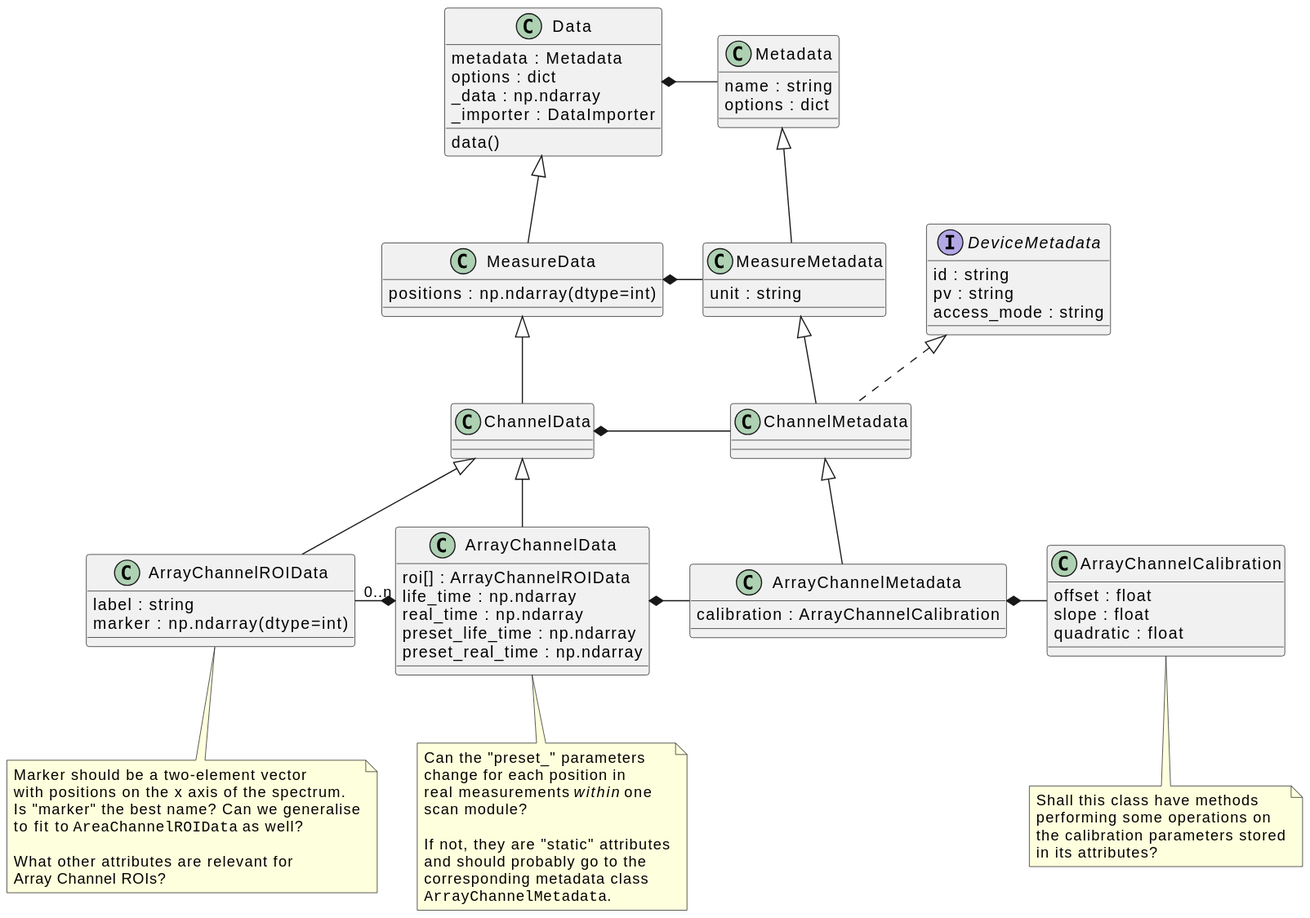
This is docs/uml/arraychannel.svg from tillbiskup/evedata, a PlantUML export, as it was before one commit.
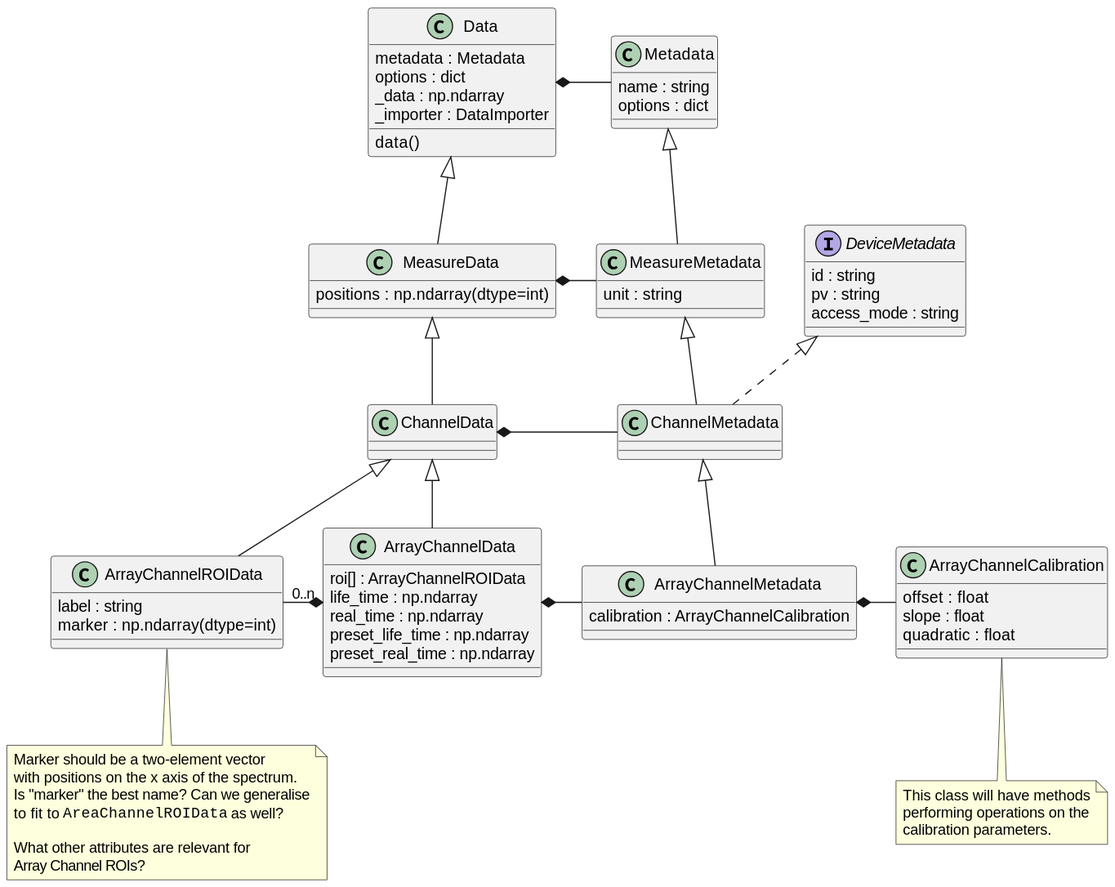
After the commit.

Diff of the diagram source:
```diff
@@ -27,17 +27,6 @@
     preset_life_time : np.ndarray
     preset_real_time : np.ndarray
 }
-note bottom of ArrayChannelData
-    Can the "preset_" parameters
-    change for each position in
-    real measurements <i>within</i> one
-    scan module?
-
-    If not, they are "static" attributes
-    and should probably go to the
-    corresponding metadata class
-    ""ArrayChannelMetadata"".
-end note
 
 ArrayChannelData *- ArrayChannelMetadata
 
@@ -87,9 +76,8 @@
     quadratic : float
 }
 note bottom of ArrayChannelCalibration
-    Shall this class have methods
-    performing some operations on
-    the calibration parameters stored
-    in its attributes?
+    This class will have methods
+    performing operations on the
+    calibration parameters.
 end note
 @enduml
```
